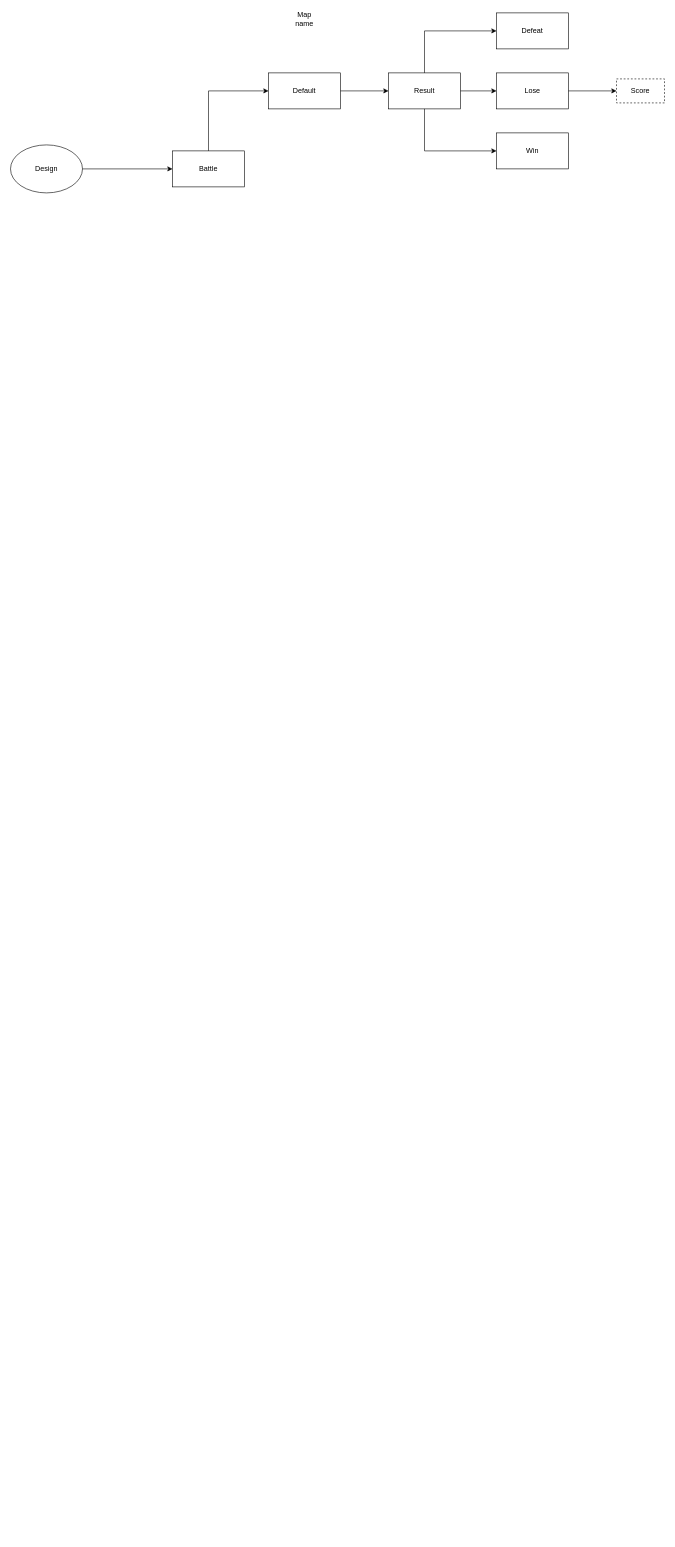
Above: Untitled Diagram.drawio in vetcat/ECSAchleySample (draw.io), before the change. Source tidied: cells renumbered, new cells numbered last; positions are measured from the earlier drawing's top-left corner, leaving out a move shared by most shapes. Both pictures are drawn from the tidied source at 60%, with x=0, y=0 at pixel (10, 13).
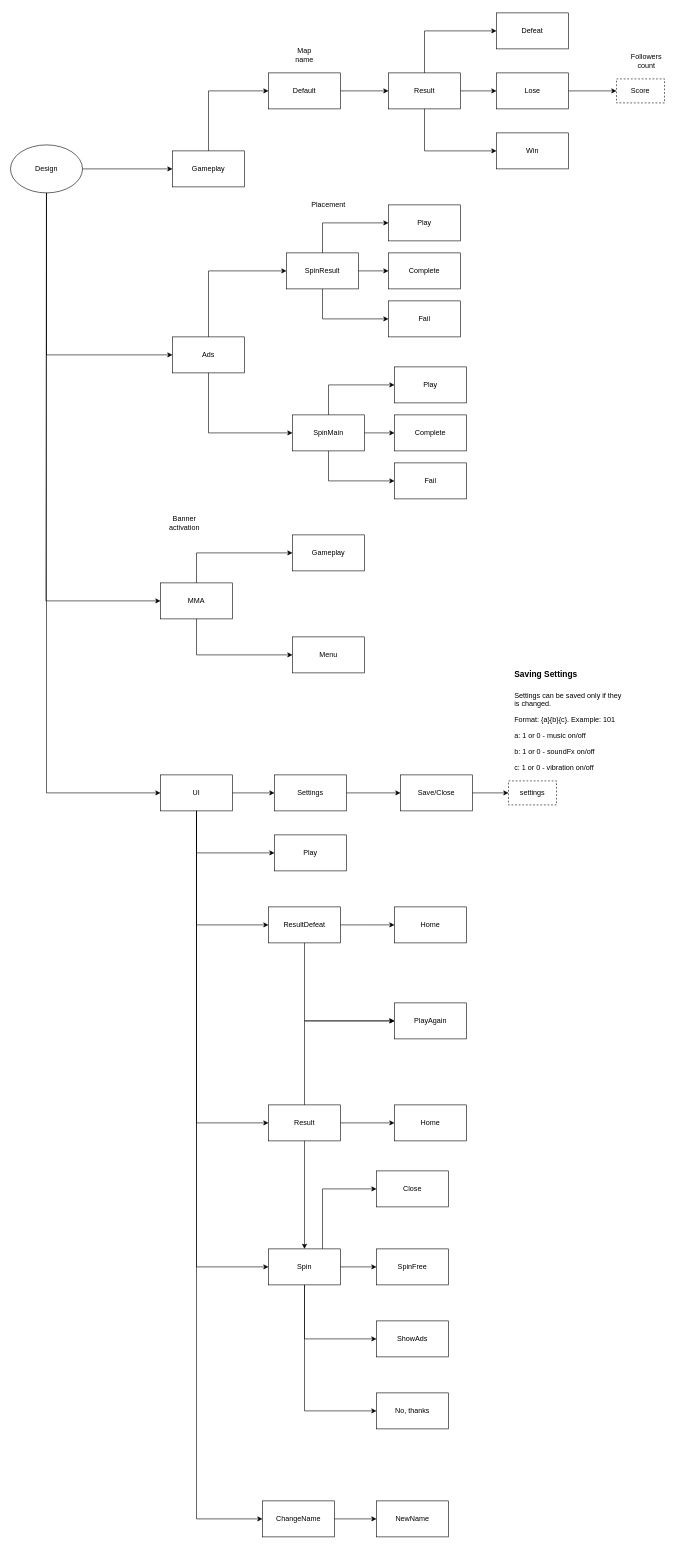
The same diagram, later.

The change refers to these unchanged cells:
```xml
<mxCell id="3" value="Design&lt;br&gt;" style="ellipse;whiteSpace=wrap;html=1;" parent="1" vertex="1">
  <mxGeometry y="220" width="120" height="80" as="geometry" />
</mxCell>
```

What changed in the source:
```diff
@@
-    <mxCell id="2" value="Battle" style="rounded=0;whiteSpace=wrap;html=1;" parent="1" vertex="1">
+    <mxCell id="2" value="Gameplay" style="rounded=0;whiteSpace=wrap;html=1;" parent="1" vertex="1">
       <mxGeometry x="270" y="230" width="120" height="60" as="geometry" />
     </mxCell>
@@
     <mxCell id="14" value="Map name" style="text;html=1;strokeColor=none;fillColor=none;align=center;verticalAlign=middle;whiteSpace=wrap;rounded=0;dashed=1;" parent="1" vertex="1">
-      <mxGeometry x="470" width="40" height="20" as="geometry" />
+      <mxGeometry x="470" y="60" width="40" height="20" as="geometry" />
     </mxCell>
@@
+    <mxCell id="18" value="Ads&lt;br&gt;" style="rounded=0;whiteSpace=wrap;html=1;" parent="1" vertex="1">
+      <mxGeometry x="270" y="540" width="120" height="60" as="geometry" />
+    </mxCell>
+    <mxCell id="19" style="endArrow=classic;html=1;strokeColor=#000000;rounded=0;" parent="1" edge="1" source="3" target="18">
+      <mxGeometry relative="1" as="geometry">
+        <Array as="points">
+          <mxPoint x="60" y="570" />
+        </Array>
+      </mxGeometry>
+    </mxCell>
+    <mxCell id="20" value="Placement" style="text;html=1;strokeColor=none;fillColor=none;align=center;verticalAlign=middle;whiteSpace=wrap;rounded=0;" parent="1" vertex="1">
+      <mxGeometry x="510" y="310" width="40" height="20" as="geometry" />
+    </mxCell>
+    <mxCell id="21" value="SpinResult" style="rounded=0;whiteSpace=wrap;html=1;" parent="1" vertex="1">
+      <mxGeometry x="460" y="400" width="120" height="60" as="geometry" />
+    </mxCell>
+    <mxCell id="22" value="Play" style="rounded=0;whiteSpace=wrap;html=1;" parent="1" vertex="1">
+      <mxGeometry x="630" y="320" width="120" height="60" as="geometry" />
+    </mxCell>
+    <mxCell id="23" value="Complete" style="rounded=0;whiteSpace=wrap;html=1;" parent="1" vertex="1">
+      <mxGeometry x="630" y="400" width="120" height="60" as="geometry" />
+    </mxCell>
+    <mxCell id="24" value="Fail&lt;br&gt;" style="rounded=0;whiteSpace=wrap;html=1;" parent="1" vertex="1">
+      <mxGeometry x="630" y="480" width="120" height="60" as="geometry" />
+    </mxCell>
+    <mxCell id="25" style="endArrow=classic;html=1;strokeColor=#000000;rounded=0;" parent="1" edge="1" source="21" target="22">
+      <mxGeometry relative="1" as="geometry">
+        <Array as="points">
+          <mxPoint x="520" y="350" />
+        </Array>
+      </mxGeometry>
+    </mxCell>
+    <mxCell id="26" style="endArrow=classic;html=1;strokeColor=#000000;" parent="1" edge="1" source="21" target="23">
+      <mxGeometry relative="1" as="geometry" />
+    </mxCell>
+    <mxCell id="27" style="endArrow=classic;html=1;strokeColor=#000000;rounded=0;" parent="1" edge="1" source="21" target="24">
+      <mxGeometry relative="1" as="geometry">
+        <Array as="points">
+          <mxPoint x="520" y="510" />
+        </Array>
+      </mxGeometry>
+    </mxCell>
+    <mxCell id="28" style="endArrow=classic;html=1;strokeColor=#000000;rounded=0;" parent="1" edge="1" source="18" target="21">
+      <mxGeometry relative="1" as="geometry">
+        <Array as="points">
+          <mxPoint x="330" y="430" />
+        </Array>
+      </mxGeometry>
+    </mxCell>
+    <mxCell id="29" value="SpinMain" style="rounded=0;whiteSpace=wrap;html=1;" parent="1" vertex="1">
+      <mxGeometry x="470" y="670" width="120" height="60" as="geometry" />
+    </mxCell>
+    <mxCell id="30" value="Play" style="rounded=0;whiteSpace=wrap;html=1;" parent="1" vertex="1">
+      <mxGeometry x="640" y="590" width="120" height="60" as="geometry" />
+    </mxCell>
+    <mxCell id="31" value="Complete" style="rounded=0;whiteSpace=wrap;html=1;" parent="1" vertex="1">
+      <mxGeometry x="640" y="670" width="120" height="60" as="geometry" />
+    </mxCell>
+    <mxCell id="32" value="Fail&lt;br&gt;" style="rounded=0;whiteSpace=wrap;html=1;" parent="1" vertex="1">
+      <mxGeometry x="640" y="750" width="120" height="60" as="geometry" />
+    </mxCell>
+    <mxCell id="33" style="endArrow=classic;html=1;strokeColor=#000000;rounded=0;" parent="1" edge="1" source="29" target="30">
+      <mxGeometry relative="1" as="geometry">
+        <Array as="points">
+          <mxPoint x="530" y="620" />
+        </Array>
+      </mxGeometry>
+    </mxCell>
+    <mxCell id="34" style="endArrow=classic;html=1;strokeColor=#000000;" parent="1" edge="1" source="29" target="31">
+      <mxGeometry relative="1" as="geometry" />
+    </mxCell>
+    <mxCell id="35" style="endArrow=classic;html=1;strokeColor=#000000;rounded=0;" parent="1" edge="1" source="29" target="32">
+      <mxGeometry relative="1" as="geometry">
+        <Array as="points">
+          <mxPoint x="530" y="780" />
+        </Array>
+      </mxGeometry>
+    </mxCell>
+    <mxCell id="36" style="endArrow=classic;html=1;strokeColor=#000000;rounded=0;" parent="1" edge="1" source="18" target="29">
+      <mxGeometry relative="1" as="geometry">
+        <Array as="points">
+          <mxPoint x="330" y="700" />
+        </Array>
+      </mxGeometry>
+    </mxCell>
+    <mxCell id="37" value="MMA" style="rounded=0;whiteSpace=wrap;html=1;" parent="1" vertex="1">
+      <mxGeometry x="250" y="950" width="120" height="60" as="geometry" />
+    </mxCell>
+    <mxCell id="38" value="Gameplay&lt;br&gt;" style="rounded=0;whiteSpace=wrap;html=1;" parent="1" vertex="1">
+      <mxGeometry x="470" y="870" width="120" height="60" as="geometry" />
+    </mxCell>
+    <mxCell id="39" value="Menu" style="rounded=0;whiteSpace=wrap;html=1;" parent="1" vertex="1">
+      <mxGeometry x="470" y="1040" width="120" height="60" as="geometry" />
+    </mxCell>
+    <mxCell id="40" style="endArrow=classic;html=1;strokeColor=#000000;rounded=0;" parent="1" edge="1" source="37" target="38">
+      <mxGeometry relative="1" as="geometry">
+        <Array as="points">
+          <mxPoint x="310" y="900" />
+        </Array>
+      </mxGeometry>
+    </mxCell>
+    <mxCell id="41" style="endArrow=classic;html=1;strokeColor=#000000;rounded=0;" parent="1" edge="1" source="37" target="39">
+      <mxGeometry relative="1" as="geometry">
+        <Array as="points">
+          <mxPoint x="310" y="1070" />
+        </Array>
+      </mxGeometry>
+    </mxCell>
+    <mxCell id="42" style="endArrow=classic;html=1;strokeColor=#000000;rounded=0;" parent="1" edge="1" source="3" target="37">
+      <mxGeometry relative="1" as="geometry">
+        <Array as="points">
+          <mxPoint x="59" y="980" />
+        </Array>
+      </mxGeometry>
+    </mxCell>
+    <mxCell id="43" value="Banner activation" style="text;html=1;strokeColor=none;fillColor=none;align=center;verticalAlign=middle;whiteSpace=wrap;rounded=0;" parent="1" vertex="1">
+      <mxGeometry x="270" y="840" width="40" height="20" as="geometry" />
+    </mxCell>
+    <mxCell id="44" value="UI" style="rounded=0;whiteSpace=wrap;html=1;" parent="1" vertex="1">
+      <mxGeometry x="250" y="1270" width="120" height="60" as="geometry" />
+    </mxCell>
+    <mxCell id="45" value="Settings" style="rounded=0;whiteSpace=wrap;html=1;" parent="1" vertex="1">
+      <mxGeometry x="440" y="1270" width="120" height="60" as="geometry" />
+    </mxCell>
+    <mxCell id="46" value="Result" style="rounded=0;whiteSpace=wrap;html=1;" parent="1" vertex="1">
+      <mxGeometry x="430" y="1820" width="120" height="60" as="geometry" />
+    </mxCell>
+    <mxCell id="47" style="endArrow=classic;html=1;strokeColor=#000000;rounded=0;" parent="1" edge="1" source="3" target="44">
+      <mxGeometry relative="1" as="geometry">
+        <Array as="points">
+          <mxPoint x="60" y="1300" />
+        </Array>
+      </mxGeometry>
+    </mxCell>
+    <mxCell id="48" style="endArrow=classic;html=1;strokeColor=#000000;" parent="1" edge="1" source="44" target="45">
+      <mxGeometry relative="1" as="geometry" />
+    </mxCell>
+    <mxCell id="49" style="endArrow=classic;html=1;strokeColor=#000000;" parent="1" edge="1" source="45" target="50">
+      <mxGeometry relative="1" as="geometry" />
+    </mxCell>
+    <mxCell id="50" value="Save/Close" style="rounded=0;whiteSpace=wrap;html=1;" parent="1" vertex="1">
+      <mxGeometry x="650" y="1270" width="120" height="60" as="geometry" />
+    </mxCell>
+    <mxCell id="51" value="settings" style="rounded=0;whiteSpace=wrap;html=1;dashed=1;" parent="1" vertex="1">
+      <mxGeometry x="830" y="1280" width="80" height="40" as="geometry" />
+    </mxCell>
+    <mxCell id="52" value="Followers count" style="text;html=1;strokeColor=none;fillColor=none;align=center;verticalAlign=middle;whiteSpace=wrap;rounded=0;" parent="1" vertex="1">
+      <mxGeometry x="1040" y="70" width="40" height="20" as="geometry" />
+    </mxCell>
+    <mxCell id="53" style="endArrow=classic;html=1;strokeColor=#000000;" parent="1" edge="1" source="50" target="51">
+      <mxGeometry relative="1" as="geometry" />
+    </mxCell>
+    <mxCell id="54" value="&lt;h1&gt;&lt;font style=&quot;font-size: 14px&quot;&gt;Saving Settings&lt;/font&gt;&lt;/h1&gt;&lt;p&gt;Settings can be saved only if they is changed.&lt;/p&gt;&lt;p&gt;Format: {a}{b}{c}. Example: 101&lt;/p&gt;&lt;p&gt;a: 1 or 0 - music on/off&lt;/p&gt;&lt;p&gt;b: 1 or 0 - soundFx on/off&lt;br&gt;&lt;/p&gt;&lt;p&gt;c: 1 or 0 - vibration on/off&lt;/p&gt;" style="text;html=1;strokeColor=none;fillColor=none;spacing=5;spacingTop=-20;whiteSpace=wrap;overflow=hidden;rounded=0;" parent="1" vertex="1">
+      <mxGeometry x="835" y="1080" width="190" height="190" as="geometry" />
+    </mxCell>
+    <mxCell id="55" value="PlayAgain" style="rounded=0;whiteSpace=wrap;html=1;" parent="1" vertex="1">
+      <mxGeometry x="640" y="1650" width="120" height="60" as="geometry" />
+    </mxCell>
+    <mxCell id="56" value="Play" style="rounded=0;whiteSpace=wrap;html=1;" parent="1" vertex="1">
+      <mxGeometry x="440" y="1370" width="120" height="60" as="geometry" />
+    </mxCell>
+    <mxCell id="57" value="Spin" style="rounded=0;whiteSpace=wrap;html=1;" parent="1" vertex="1">
+      <mxGeometry x="430" y="2060" width="120" height="60" as="geometry" />
+    </mxCell>
+    <mxCell id="58" value="Close" style="rounded=0;whiteSpace=wrap;html=1;" parent="1" vertex="1">
+      <mxGeometry x="610" y="1930" width="120" height="60" as="geometry" />
+    </mxCell>
+    <mxCell id="59" style="endArrow=classic;html=1;strokeColor=#000000;rounded=0;" parent="1" edge="1" source="44" target="46">
+      <mxGeometry relative="1" as="geometry">
+        <Array as="points">
+          <mxPoint x="310" y="1850" />
+        </Array>
+      </mxGeometry>
+    </mxCell>
+    <mxCell id="60" style="endArrow=classic;html=1;strokeColor=#000000;rounded=0;" parent="1" edge="1" target="55">
+      <mxGeometry relative="1" as="geometry">
+        <mxPoint x="490" y="1820" as="sourcePoint" />
+        <Array as="points">
+          <mxPoint x="490" y="1680" />
+        </Array>
+      </mxGeometry>
+    </mxCell>
+    <mxCell id="61" style="endArrow=classic;html=1;strokeColor=#000000;rounded=0;" parent="1" edge="1" source="44" target="56">
+      <mxGeometry relative="1" as="geometry">
+        <Array as="points">
+          <mxPoint x="310" y="1400" />
+        </Array>
+      </mxGeometry>
+    </mxCell>
+    <mxCell id="62" style="endArrow=classic;html=1;strokeColor=#000000;rounded=0;" parent="1" edge="1" source="44" target="57">
+      <mxGeometry relative="1" as="geometry">
+        <Array as="points">
+          <mxPoint x="310" y="2090" />
+        </Array>
+      </mxGeometry>
+    </mxCell>
+    <mxCell id="63" style="endArrow=classic;html=1;strokeColor=#000000;" parent="1" edge="1" source="46" target="57">
+      <mxGeometry relative="1" as="geometry" />
+    </mxCell>
+    <mxCell id="64" value="Home" style="rounded=0;whiteSpace=wrap;html=1;" parent="1" vertex="1">
+      <mxGeometry x="640" y="1820" width="120" height="60" as="geometry" />
+    </mxCell>
+    <mxCell id="65" value="No, thanks" style="rounded=0;whiteSpace=wrap;html=1;" parent="1" vertex="1">
+      <mxGeometry x="610" y="2300" width="120" height="60" as="geometry" />
+    </mxCell>
+    <mxCell id="66" value="SpinFree" style="rounded=0;whiteSpace=wrap;html=1;" parent="1" vertex="1">
+      <mxGeometry x="610" y="2060" width="120" height="60" as="geometry" />
+    </mxCell>
+    <mxCell id="67" value="ShowAds" style="rounded=0;whiteSpace=wrap;html=1;" parent="1" vertex="1">
+      <mxGeometry x="610" y="2180" width="120" height="60" as="geometry" />
+    </mxCell>
+    <mxCell id="68" style="endArrow=classic;html=1;strokeColor=#000000;" parent="1" edge="1" source="57" target="66">
+      <mxGeometry relative="1" as="geometry" />
+    </mxCell>
+    <mxCell id="69" style="endArrow=classic;html=1;strokeColor=#000000;rounded=0;exitX=0.75;exitY=0;exitDx=0;exitDy=0;" parent="1" edge="1" source="57" target="58">
+      <mxGeometry relative="1" as="geometry">
+        <Array as="points">
+          <mxPoint x="520" y="1960" />
+        </Array>
+      </mxGeometry>
+    </mxCell>
+    <mxCell id="70" style="endArrow=classic;html=1;strokeColor=#000000;rounded=0;" parent="1" edge="1" source="57" target="67">
+      <mxGeometry relative="1" as="geometry">
+        <Array as="points">
+          <mxPoint x="490" y="2210" />
+        </Array>
+      </mxGeometry>
+    </mxCell>
+    <mxCell id="71" style="endArrow=classic;html=1;strokeColor=#000000;rounded=0;" parent="1" edge="1" source="57" target="65">
+      <mxGeometry relative="1" as="geometry">
+        <Array as="points">
+          <mxPoint x="490" y="2330" />
+        </Array>
+      </mxGeometry>
+    </mxCell>
+    <mxCell id="72" value="ChangeName&lt;br&gt;" style="rounded=0;whiteSpace=wrap;html=1;" parent="1" vertex="1">
+      <mxGeometry x="420" y="2480" width="120" height="60" as="geometry" />
+    </mxCell>
+    <mxCell id="73" style="endArrow=classic;html=1;strokeColor=#000000;entryX=0;entryY=0.5;entryDx=0;entryDy=0;rounded=0;" parent="1" edge="1" source="44" target="72">
+      <mxGeometry relative="1" as="geometry">
+        <Array as="points">
+          <mxPoint x="310" y="2510" />
+        </Array>
+      </mxGeometry>
+    </mxCell>
+    <mxCell id="74" value="ResultDefeat&lt;br&gt;" style="rounded=0;whiteSpace=wrap;html=1;" parent="1" vertex="1">
+      <mxGeometry x="430" y="1490" width="120" height="60" as="geometry" />
+    </mxCell>
+    <mxCell id="75" style="endArrow=classic;html=1;strokeColor=#000000;rounded=0;" parent="1" edge="1" source="44" target="74">
+      <mxGeometry relative="1" as="geometry">
+        <Array as="points">
+          <mxPoint x="310" y="1520" />
+        </Array>
+      </mxGeometry>
+    </mxCell>
+    <mxCell id="76" style="endArrow=classic;html=1;strokeColor=#000000;rounded=0;" parent="1" edge="1" source="74" target="77">
+      <mxGeometry relative="1" as="geometry">
+        <Array as="points">
+          <mxPoint x="590" y="1520" />
+        </Array>
+      </mxGeometry>
+    </mxCell>
+    <mxCell id="77" value="Home" style="rounded=0;whiteSpace=wrap;html=1;" parent="1" vertex="1">
+      <mxGeometry x="640" y="1490" width="120" height="60" as="geometry" />
+    </mxCell>
+    <mxCell id="78" style="endArrow=classic;html=1;strokeColor=#000000;" parent="1" edge="1" source="46" target="64">
+      <mxGeometry relative="1" as="geometry" />
+    </mxCell>
+    <mxCell id="79" style="endArrow=classic;html=1;strokeColor=#000000;rounded=0;" parent="1" edge="1" source="74" target="55">
+      <mxGeometry relative="1" as="geometry">
+        <Array as="points">
+          <mxPoint x="490" y="1680" />
+        </Array>
+      </mxGeometry>
+    </mxCell>
+    <mxCell id="80" value="NewName" style="rounded=0;whiteSpace=wrap;html=1;" parent="1" vertex="1">
+      <mxGeometry x="610" y="2480" width="120" height="60" as="geometry" />
+    </mxCell>
+    <mxCell id="81" style="endArrow=classic;html=1;strokeColor=#000000;" parent="1" edge="1" source="72" target="80">
+      <mxGeometry relative="1" as="geometry" />
+    </mxCell>
```
